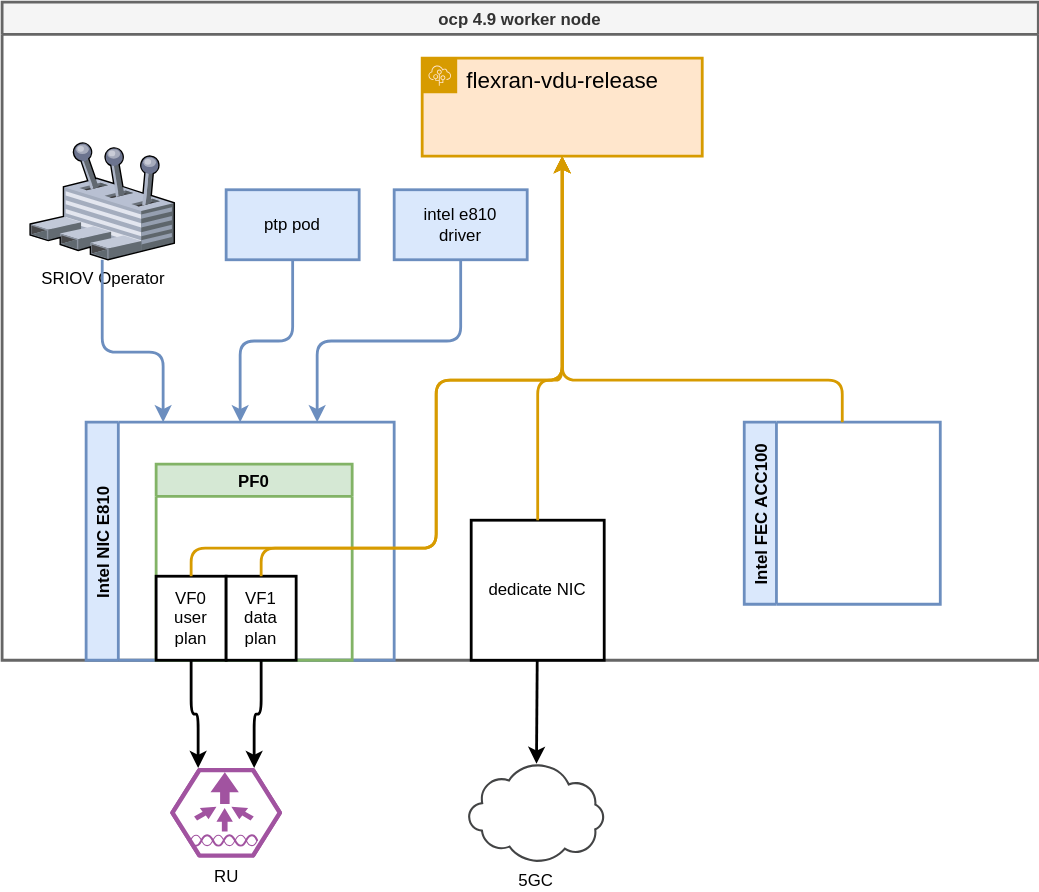
wangzheng422/docker_env keeps this draw.io diagram as redhat/ocp4/4.10/dia/4.10.flexran.pf.operator.drawio.svg. Above is the earlier version. Source tidied: cells renumbered, new cells last; positions are measured from the earlier drawing's top-left corner, leaving out a move shared by most shapes.
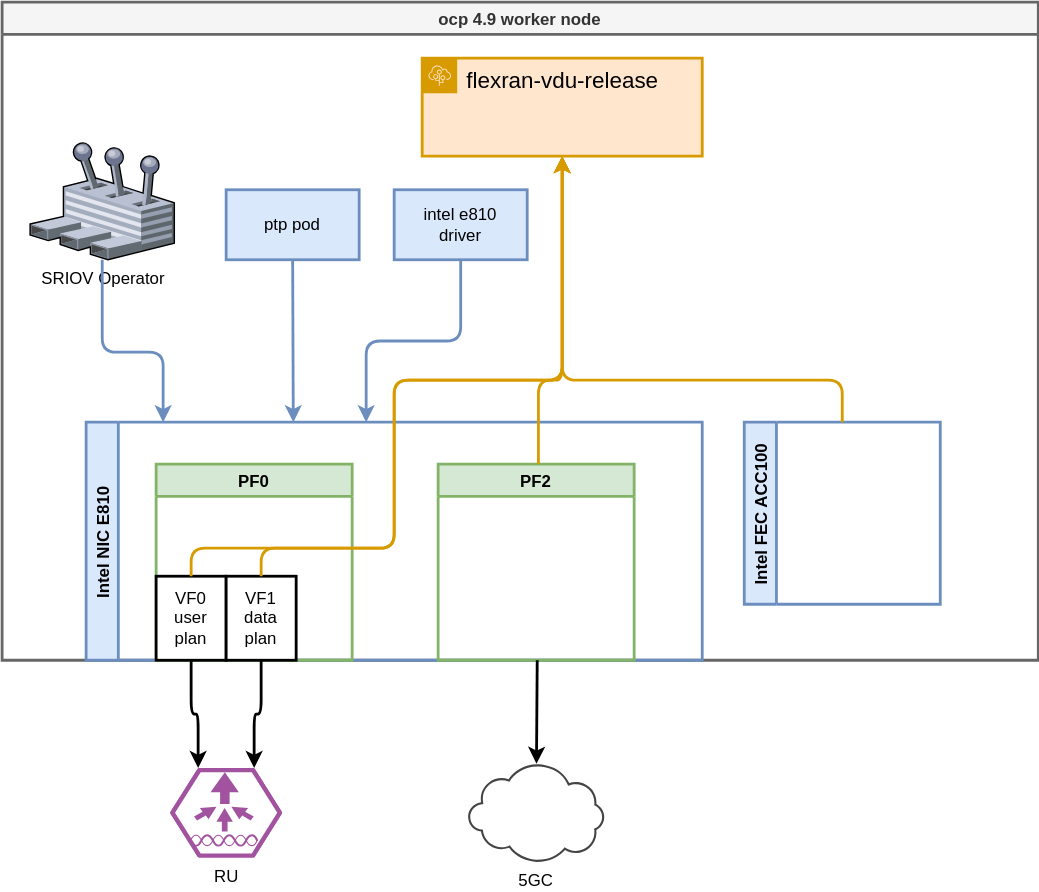
After the commit.

The edit, as a diff of the source:
```diff
@@ -9,7 +9,7 @@
       <mxGeometry x="300" y="40" width="200" height="70" as="geometry" />
     </mxCell>
     <mxCell id="4" value="Intel NIC E810" style="swimlane;horizontal=0;strokeWidth=2;startSize=23;fillColor=#dae8fc;strokeColor=#6c8ebf;" parent="2" vertex="1">
-      <mxGeometry x="60" y="300" width="220" height="170" as="geometry" />
+      <mxGeometry x="60" y="300" width="440" height="170" as="geometry" />
     </mxCell>
     <mxCell id="5" value="PF0" style="swimlane;strokeWidth=2;fillColor=#d5e8d4;strokeColor=#82b366;" parent="4" vertex="1">
       <mxGeometry x="50" y="30" width="140" height="140" as="geometry" />
@@ -20,6 +20,9 @@
     <mxCell id="7" value="VF1&lt;br&gt;data plan" style="rounded=0;whiteSpace=wrap;html=1;strokeWidth=2;" parent="5" vertex="1">
       <mxGeometry x="50" y="80" width="50" height="60" as="geometry" />
     </mxCell>
+    <mxCell id="25" value="PF2" style="swimlane;strokeWidth=2;fillColor=#d5e8d4;strokeColor=#82b366;" parent="4" vertex="1">
+      <mxGeometry x="251.4" y="30" width="140" height="140" as="geometry" />
+    </mxCell>
     <mxCell id="8" value="Intel FEC ACC100" style="swimlane;horizontal=0;strokeWidth=2;fillColor=#dae8fc;strokeColor=#6c8ebf;" parent="2" vertex="1">
       <mxGeometry x="530" y="300" width="140" height="130" as="geometry" />
     </mxCell>
@@ -30,27 +33,25 @@
       <mxGeometry relative="1" as="geometry">
         <Array as="points">
           <mxPoint x="135" y="390" />
-          <mxPoint x="310" y="390" />
-          <mxPoint x="310" y="270" />
+          <mxPoint x="280" y="390" />
+          <mxPoint x="280" y="270" />
           <mxPoint x="400" y="270" />
         </Array>
       </mxGeometry>
     </mxCell>
-    <mxCell id="11" value="dedicate NIC" style="rounded=0;whiteSpace=wrap;html=1;strokeWidth=2;" parent="2" vertex="1">
-      <mxGeometry x="335" y="370" width="95" height="100" as="geometry" />
-    </mxCell>
     <mxCell id="12" style="edgeStyle=orthogonalEdgeStyle;html=1;strokeWidth=2;fillColor=#ffe6cc;strokeColor=#d79b00;entryX=0.5;entryY=1;entryDx=0;entryDy=0;exitX=0.5;exitY=0;exitDx=0;exitDy=0;" parent="2" edge="1" source="7" target="3">
       <mxGeometry relative="1" as="geometry">
         <Array as="points">
           <mxPoint x="185" y="390" />
-          <mxPoint x="310" y="390" />
-          <mxPoint x="310" y="270" />
+          <mxPoint x="280" y="390" />
+          <mxPoint x="280" y="270" />
           <mxPoint x="400" y="270" />
         </Array>
       </mxGeometry>
     </mxCell>
-    <mxCell id="13" style="edgeStyle=orthogonalEdgeStyle;html=1;strokeWidth=2;fillColor=#dae8fc;strokeColor=#6c8ebf;entryX=0.25;entryY=0;entryDx=0;entryDy=0;jumpStyle=arc;" parent="2" edge="1" source="9" target="4">
+    <mxCell id="13" style="edgeStyle=orthogonalEdgeStyle;html=1;strokeWidth=2;fillColor=#dae8fc;strokeColor=#6c8ebf;jumpStyle=arc;" parent="2" edge="1" source="9">
       <mxGeometry relative="1" as="geometry">
+        <mxPoint x="115" y="300" as="targetPoint" />
         <Array as="points">
           <mxPoint x="72" y="250" />
           <mxPoint x="115" y="250" />
@@ -60,17 +61,22 @@
     <mxCell id="14" value="intel e810&lt;br&gt;driver" style="rounded=0;whiteSpace=wrap;html=1;strokeWidth=2;fillColor=#dae8fc;strokeColor=#6c8ebf;" parent="2" vertex="1">
       <mxGeometry x="280" y="134" width="95" height="50" as="geometry" />
     </mxCell>
-    <mxCell id="15" style="edgeStyle=orthogonalEdgeStyle;html=1;strokeWidth=2;fillColor=#dae8fc;strokeColor=#6c8ebf;exitX=0.5;exitY=1;exitDx=0;exitDy=0;entryX=0.75;entryY=0;entryDx=0;entryDy=0;jumpStyle=arc;" parent="2" edge="1" source="14" target="4">
-      <mxGeometry relative="1" as="geometry" />
+    <mxCell id="15" style="edgeStyle=orthogonalEdgeStyle;html=1;strokeWidth=2;fillColor=#dae8fc;strokeColor=#6c8ebf;exitX=0.5;exitY=1;exitDx=0;exitDy=0;jumpStyle=arc;" parent="2" edge="1" source="14">
+      <mxGeometry relative="1" as="geometry">
+        <mxPoint x="260" y="300" as="targetPoint" />
+      </mxGeometry>
     </mxCell>
-    <mxCell id="16" style="edgeStyle=orthogonalEdgeStyle;jumpStyle=arc;html=1;entryX=0.5;entryY=0;entryDx=0;entryDy=0;strokeWidth=2;fillColor=#dae8fc;strokeColor=#6c8ebf;" parent="2" edge="1" source="17" target="4">
-      <mxGeometry relative="1" as="geometry" />
+    <mxCell id="16" style="edgeStyle=orthogonalEdgeStyle;jumpStyle=arc;html=1;strokeWidth=2;fillColor=#dae8fc;strokeColor=#6c8ebf;" parent="2" edge="1" source="17">
+      <mxGeometry relative="1" as="geometry">
+        <mxPoint x="208" y="300" as="targetPoint" />
+      </mxGeometry>
     </mxCell>
     <mxCell id="17" value="ptp pod" style="rounded=0;whiteSpace=wrap;html=1;strokeWidth=2;fillColor=#dae8fc;strokeColor=#6c8ebf;" parent="2" vertex="1">
       <mxGeometry x="160" y="134" width="95" height="50" as="geometry" />
     </mxCell>
-    <mxCell id="18" style="edgeStyle=orthogonalEdgeStyle;html=1;strokeWidth=2;fillColor=#ffe6cc;strokeColor=#d79b00;exitX=0.5;exitY=0;exitDx=0;exitDy=0;" parent="1" edge="1" source="11">
+    <mxCell id="18" style="edgeStyle=orthogonalEdgeStyle;html=1;strokeWidth=2;fillColor=#ffe6cc;strokeColor=#d79b00;" parent="1" edge="1">
       <mxGeometry relative="1" as="geometry">
+        <mxPoint x="383" y="330" as="sourcePoint" />
         <mxPoint x="400" y="110" as="targetPoint" />
         <Array as="points">
           <mxPoint x="383" y="270" />
@@ -96,8 +102,10 @@
     <mxCell id="22" value="5GC" style="sketch=0;shadow=0;dashed=0;html=1;strokeColor=none;fillColor=#434445;labelPosition=center;verticalLabelPosition=bottom;verticalAlign=top;align=center;outlineConnect=0;shape=mxgraph.vvd.telco_network;" parent="1" vertex="1">
       <mxGeometry x="332.8" y="544" width="97.2" height="70" as="geometry" />
     </mxCell>
-    <mxCell id="23" style="edgeStyle=none;html=1;strokeWidth=2;" parent="1" edge="1" source="11" target="22">
-      <mxGeometry relative="1" as="geometry" />
+    <mxCell id="23" style="edgeStyle=none;html=1;strokeWidth=2;" parent="1" edge="1" target="22">
+      <mxGeometry relative="1" as="geometry">
+        <mxPoint x="382.2" y="470" as="sourcePoint" />
+      </mxGeometry>
     </mxCell>
     <mxCell id="24" style="edgeStyle=orthogonalEdgeStyle;html=1;entryX=0.75;entryY=0;entryDx=0;entryDy=0;entryPerimeter=0;strokeWidth=2;" parent="1" edge="1" source="7" target="21">
       <mxGeometry relative="1" as="geometry" />
```
